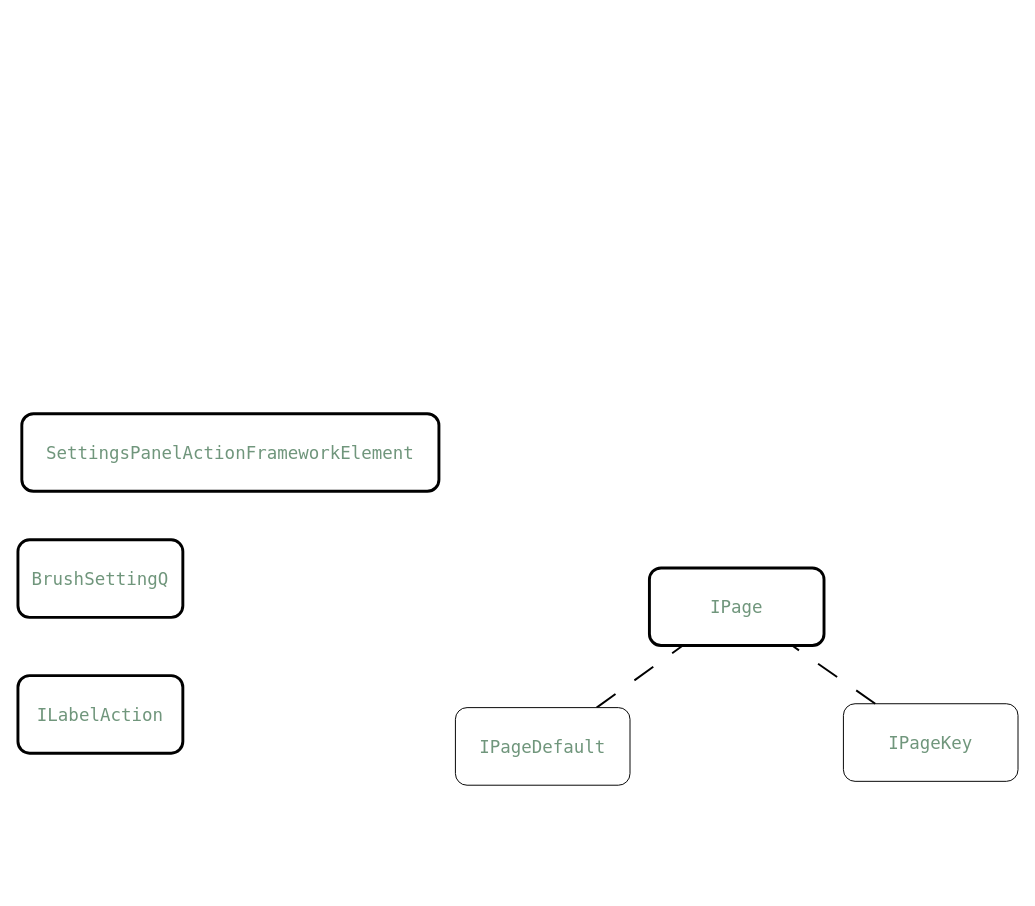
Before: page "CORE Диаграмма" (1 of 2) of IEL.drawio in Lisyaka46/IEL, a draw.io diagram. Source tidied: cells renumbered, new cells numbered last; positions are measured from the earlier drawing's top-left corner, leaving out a move shared by most shapes. Both pictures are drawn from the tidied source at 97%, with x=0, y=0 at pixel (17, 413).
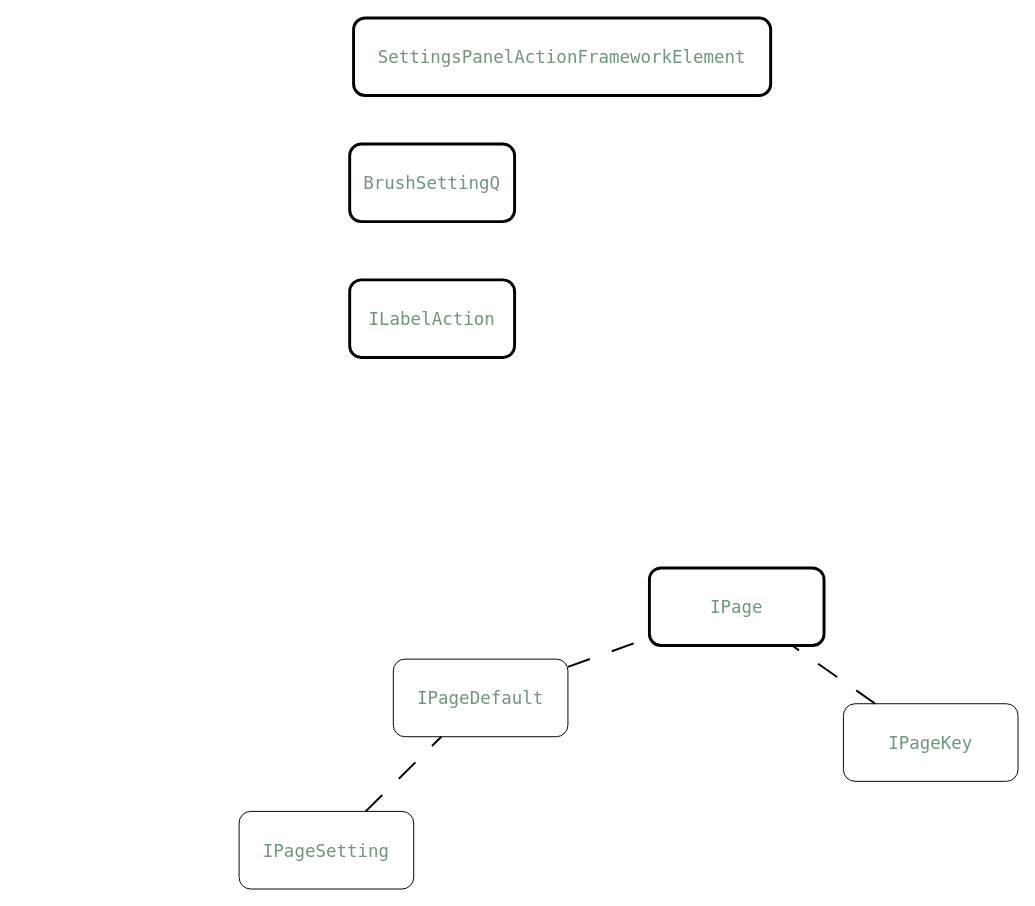
The same page after the edit.

The edit, as a diff of the source:
```diff
@@
 <mxGraphModel>
   <root>
     <mxCell id="0" />
     <mxCell id="1" parent="0" />
     <mxCell id="2" value="BrushSettingQ" style="rounded=1;whiteSpace=wrap;fontSize=18;fontColor=#70967C;fontFamily=Lucida Console;strokeWidth=3;" parent="1" vertex="1">
-      <mxGeometry y="130" width="170" height="80" as="geometry" />
+      <mxGeometry x="342" y="-278" width="170" height="80" as="geometry" />
     </mxCell>
     <mxCell id="3" value="ILabelAction" style="rounded=1;whiteSpace=wrap;fontSize=18;fontColor=#70967C;fontFamily=Lucida Console;strokeWidth=3;" parent="1" vertex="1">
-      <mxGeometry y="270" width="170" height="80" as="geometry" />
+      <mxGeometry x="342" y="-138" width="170" height="80" as="geometry" />
     </mxCell>
     <mxCell id="4" value="SettingsPanelActionFrameworkElement" style="rounded=1;whiteSpace=wrap;fontSize=18;fontColor=#70967C;fontFamily=Lucida Console;strokeWidth=3;" parent="1" vertex="1">
-      <mxGeometry x="4" width="430" height="80" as="geometry" />
+      <mxGeometry x="346" y="-408" width="430" height="80" as="geometry" />
     </mxCell>
     <mxCell id="5" value="IPageKey" style="rounded=1;whiteSpace=wrap;fontSize=18;fontColor=#70967C;fontFamily=Lucida Console;" parent="1" vertex="1">
       <mxGeometry x="851" y="299" width="180" height="80" as="geometry" />
     </mxCell>
     <mxCell id="6" style="rounded=1;jettySize=auto;html=1;dashed=1;dashPattern=12 12;strokeWidth=2;endArrow=none;endFill=0;flowAnimation=1;" parent="1" edge="1" source="5" target="9">
       <mxGeometry relative="1" as="geometry" />
     </mxCell>
     <mxCell id="7" style="rounded=1;jettySize=auto;html=1;strokeWidth=2;endArrow=none;endFill=0;dashed=1;dashPattern=12 12;flowAnimation=1;" parent="1" edge="1" source="8" target="9">
       <mxGeometry relative="1" as="geometry" />
     </mxCell>
     <mxCell id="8" value="IPageDefault" style="rounded=1;whiteSpace=wrap;fontSize=18;fontColor=#70967C;fontFamily=Lucida Console;" parent="1" vertex="1">
-      <mxGeometry x="451" y="303" width="180" height="80" as="geometry" />
+      <mxGeometry x="387" y="253" width="180" height="80" as="geometry" />
     </mxCell>
     <mxCell id="9" value="IPage" style="rounded=1;whiteSpace=wrap;fontSize=18;fontColor=#70967C;fontFamily=Lucida Console;strokeWidth=3;" parent="1" vertex="1">
       <mxGeometry x="651" y="159" width="180" height="80" as="geometry" />
     </mxCell>
+    <mxCell id="10" style="edgeStyle=none;shape=connector;rounded=1;jettySize=auto;html=1;dashed=1;dashPattern=12 12;strokeColor=default;strokeWidth=2;align=center;verticalAlign=middle;fontFamily=Lucida Console;fontSize=18;fontColor=#70967C;labelBackgroundColor=default;endArrow=none;endFill=0;flowAnimation=1;" parent="1" edge="1" source="11" target="8">
+      <mxGeometry relative="1" as="geometry" />
+    </mxCell>
+    <mxCell id="11" value="IPageSetting" style="rounded=1;whiteSpace=wrap;fontSize=18;fontColor=#70967C;fontFamily=Lucida Console;" parent="1" vertex="1">
+      <mxGeometry x="228" y="410" width="180" height="80" as="geometry" />
+    </mxCell>
   </root>
 </mxGraphModel>
```
